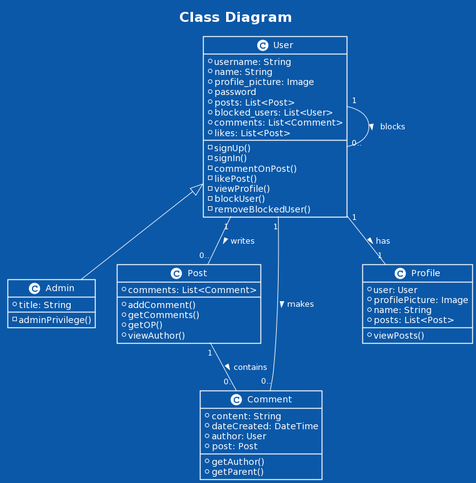
The PlantUML diagram pics/classDiagram.png in EduardoSalin/motaverse, before a commit.
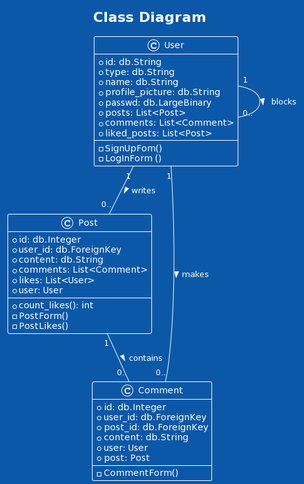
After the commit.

Change to the diagram source:
```diff
@@ -4,56 +4,45 @@
 title Class Diagram
 
 class User {
-  +username: String
-  +name: String
-  +profile_picture: Image
-  +password
-  +posts: List<Post>
-  +blocked_users: List<User>
-  +comments: List<Comment>
-  +likes: List<Post>
-  -signUp()
-  -signIn()
-  -commentOnPost()
-  -likePost()
-  -viewProfile()
-  -blockUser()
-  -removeBlockedUser()
+  + id: db.String
+  + type: db.String
+  + name: db.String
+  + profile_picture: db.String
+  + passwd: db.LargeBinary
+  + posts: List<Post>
+  + comments: List<Comment>
+  + liked_posts: List<Post>
+  -SignUpFom()
+  -LogInForm ()
 }
 
-class Admin extends User {
-  +title: String
-  -adminPrivilege()
-}
 
 class Post {
-  +comments: List<Comment>
-  +addComment()
-  +getComments()
-  +getOP()
-  +viewAuthor()
+  + id: db.Integer
+  + user_id: db.ForeignKey
+  + content: db.String
+  + comments: List<Comment>
+  + likes: List<User>
+  + user: User
+  + count_likes(): int
+  -PostForm()
+  -PostLikes()
 }
 
 class Comment {
-  +content: String
-  +dateCreated: DateTime
-  +author: User
-  +post: Post
-  +getAuthor()
-  +getParent()
+  + id: db.Integer
+  + user_id: db.ForeignKey
+  + post_id: db.ForeignKey
+  + content: db.String
+  + user: User
+  + post: Post
+  -CommentForm()
 }
 
-class Profile {
-  +user: User
-  +profilePicture: Image
-  +name: String
-  +posts: List<Post>
-  +viewPosts()
-}
+
 
 User "1" -- "0.." Post : writes >
 User "1" -- "0.." Comment : makes >
 User "1" -- "0.." User : blocks >
 Post "1" -- "0.." Comment : contains >
-User "1" -- "1" Profile : has >
 @enduml
```
